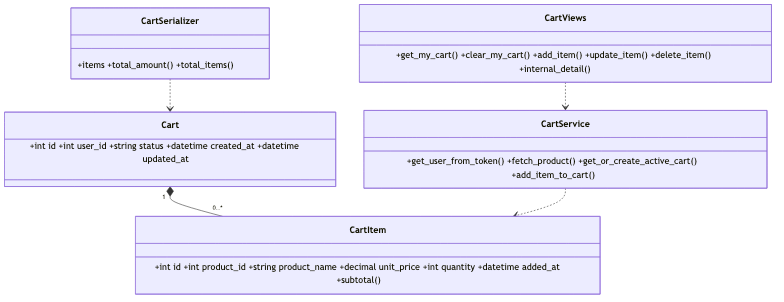
Earlier version of the Mermaid export docs/images/04-class-cart.png (Nanyak/final_kttkpm). Its source is kept beside it as docs/images/04-class-cart.mmd. The source it was exported from:
```mermaid
classDiagram
  class Cart { +int id +int user_id +string status +datetime created_at +datetime updated_at }
  class CartItem { +int id +int product_id +string product_name +decimal unit_price +int quantity +datetime added_at +subtotal() }
  class CartSerializer { +items +total_amount() +total_items() }
  class CartViews { +get_my_cart() +clear_my_cart() +add_item() +update_item() +delete_item() +internal_detail() }
  class CartService { +get_user_from_token() +fetch_product() +get_or_create_active_cart() +add_item_to_cart() }
  Cart "1" *-- "0..*" CartItem
  CartSerializer ..> Cart
  CartViews ..> CartService
  CartService ..> CartItem
```
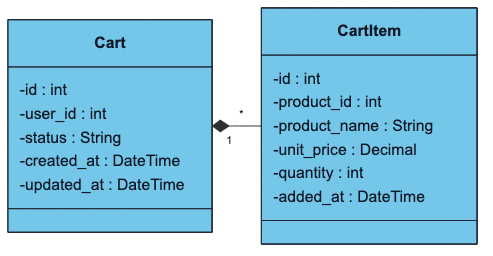
Later version of the same file.

Diff of the diagram source:
```diff
@@ -1,10 +1,19 @@
+%%{init: {"theme": "base", "themeVariables": {"primaryColor": "#74c7e8", "primaryBorderColor": "#1f2937", "primaryTextColor": "#111827", "lineColor": "#2f2f2f", "fontFamily": "Arial"}}}%%
 classDiagram
-  class Cart { +int id +int user_id +string status +datetime created_at +datetime updated_at }
-  class CartItem { +int id +int product_id +string product_name +decimal unit_price +int quantity +datetime added_at +subtotal() }
-  class CartSerializer { +items +total_amount() +total_items() }
-  class CartViews { +get_my_cart() +clear_my_cart() +add_item() +update_item() +delete_item() +internal_detail() }
-  class CartService { +get_user_from_token() +fetch_product() +get_or_create_active_cart() +add_item_to_cart() }
-  Cart "1" *-- "0..*" CartItem
-  CartSerializer ..> Cart
-  CartViews ..> CartService
-  CartService ..> CartItem
+  direction LR
+  class Cart {
+    -id : int
+    -user_id : int
+    -status : String
+    -created_at : DateTime
+    -updated_at : DateTime
+  }
+  class CartItem {
+    -id : int
+    -product_id : int
+    -product_name : String
+    -unit_price : Decimal
+    -quantity : int
+    -added_at : DateTime
+  }
+  Cart "1" *-- "*" CartItem
```
